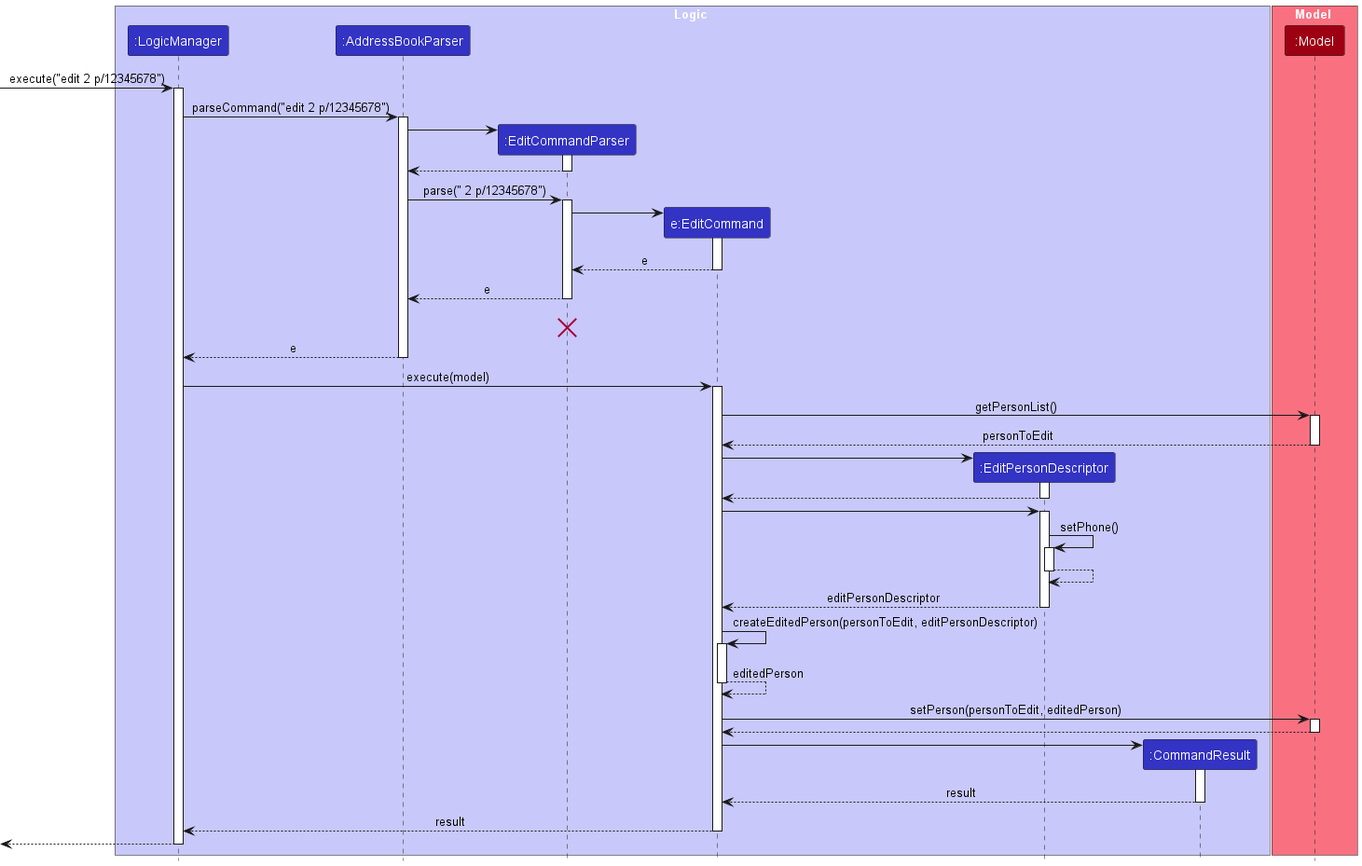
Before: docs/images/EditCommandSequenceDiagram.png, a diagram exported from PlantUML (ricketytoc/tp).
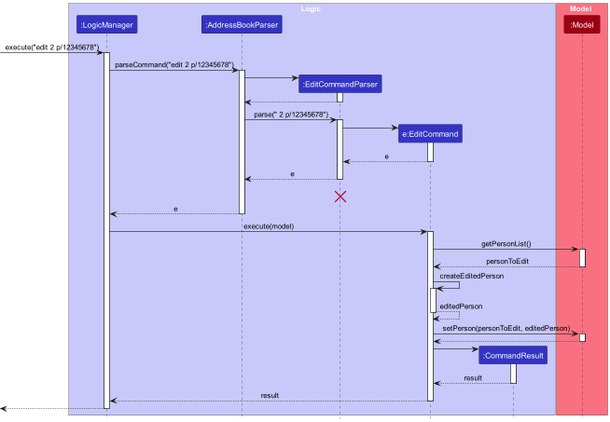
Above is the later version.

What changed in the source:
```diff
@@ -7,7 +7,6 @@
 participant ":AddressBookParser" as AddressBookParser LOGIC_COLOR
 participant ":EditCommandParser" as EditCommandParser LOGIC_COLOR
 participant "e:EditCommand" as EditCommand LOGIC_COLOR
-participant ":EditPersonDescriptor" as EditPersonDescriptor LOGIC_COLOR
 participant ":CommandResult" as CommandResult LOGIC_COLOR
 end box
 
@@ -55,26 +54,7 @@
 Model --> EditCommand : personToEdit
 deactivate Model
 
-create EditPersonDescriptor
-EditCommand -> EditPersonDescriptor
-activate EditPersonDescriptor
-
-EditPersonDescriptor --> EditCommand
-deactivate EditPersonDescriptor
-
-EditCommand -> EditPersonDescriptor :
-activate EditPersonDescriptor
-
-EditPersonDescriptor -> EditPersonDescriptor : setPhone()
-activate EditPersonDescriptor
-
-EditPersonDescriptor --> EditPersonDescriptor :
-deactivate EditPersonDescriptor
-
-EditPersonDescriptor --> EditCommand : editPersonDescriptor
-deactivate EditPersonDescriptor
-
-EditCommand -> EditCommand : createEditedPerson(personToEdit, editPersonDescriptor)
+EditCommand -> EditCommand : createEditedPerson
 activate EditCommand
 
 EditCommand --> EditCommand : editedPerson
```
